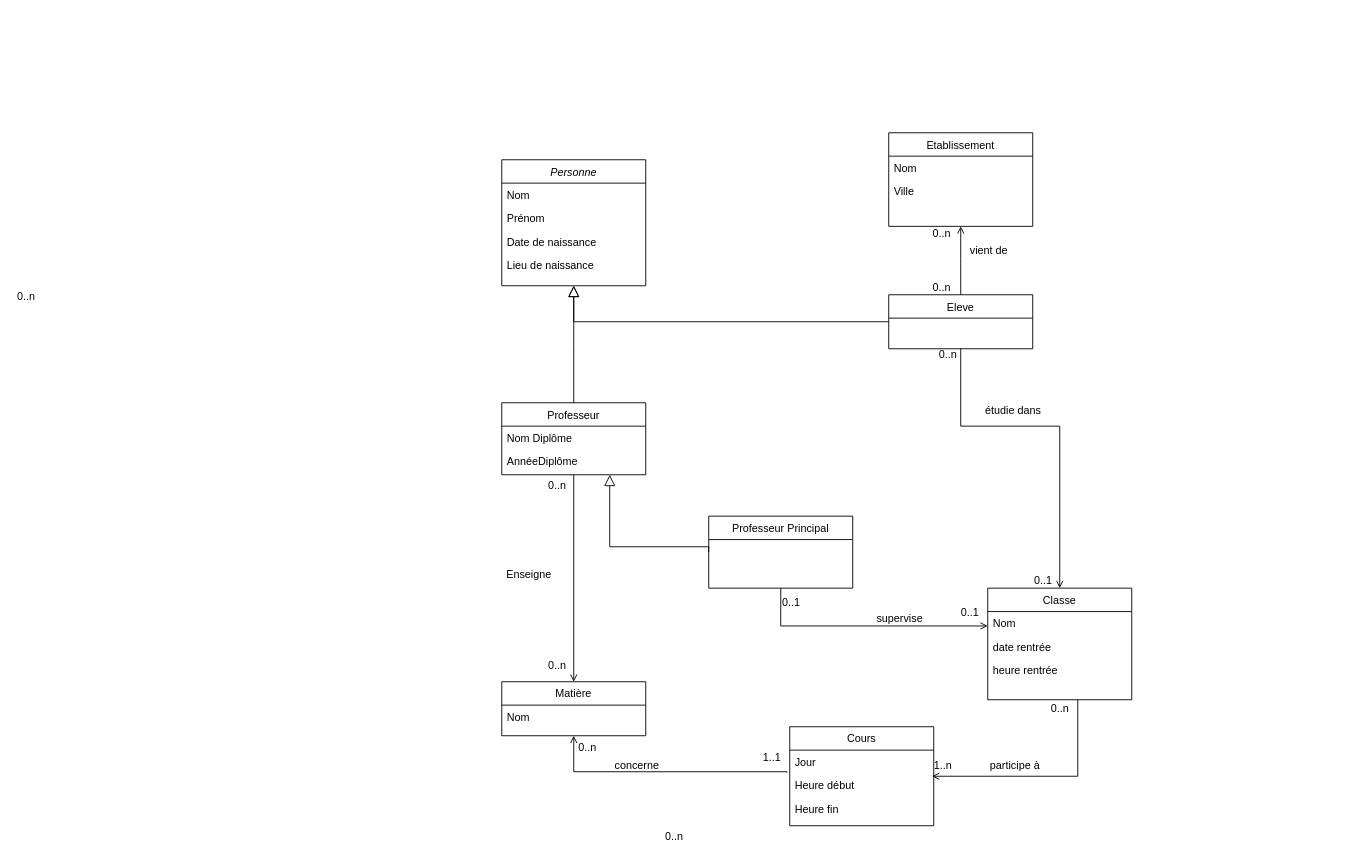
The draw.io diagram Les Sardines/diagrammeDeClasses.drawio in NLetenneur/UML-Introduction, before the edit. Source tidied: cells renumbered, new cells numbered last; positions are measured from the earlier drawing's top-left corner, leaving out a move shared by most shapes. Both pictures are drawn from the tidied source at 90%, with x=0, y=0 at pixel (492, 78).
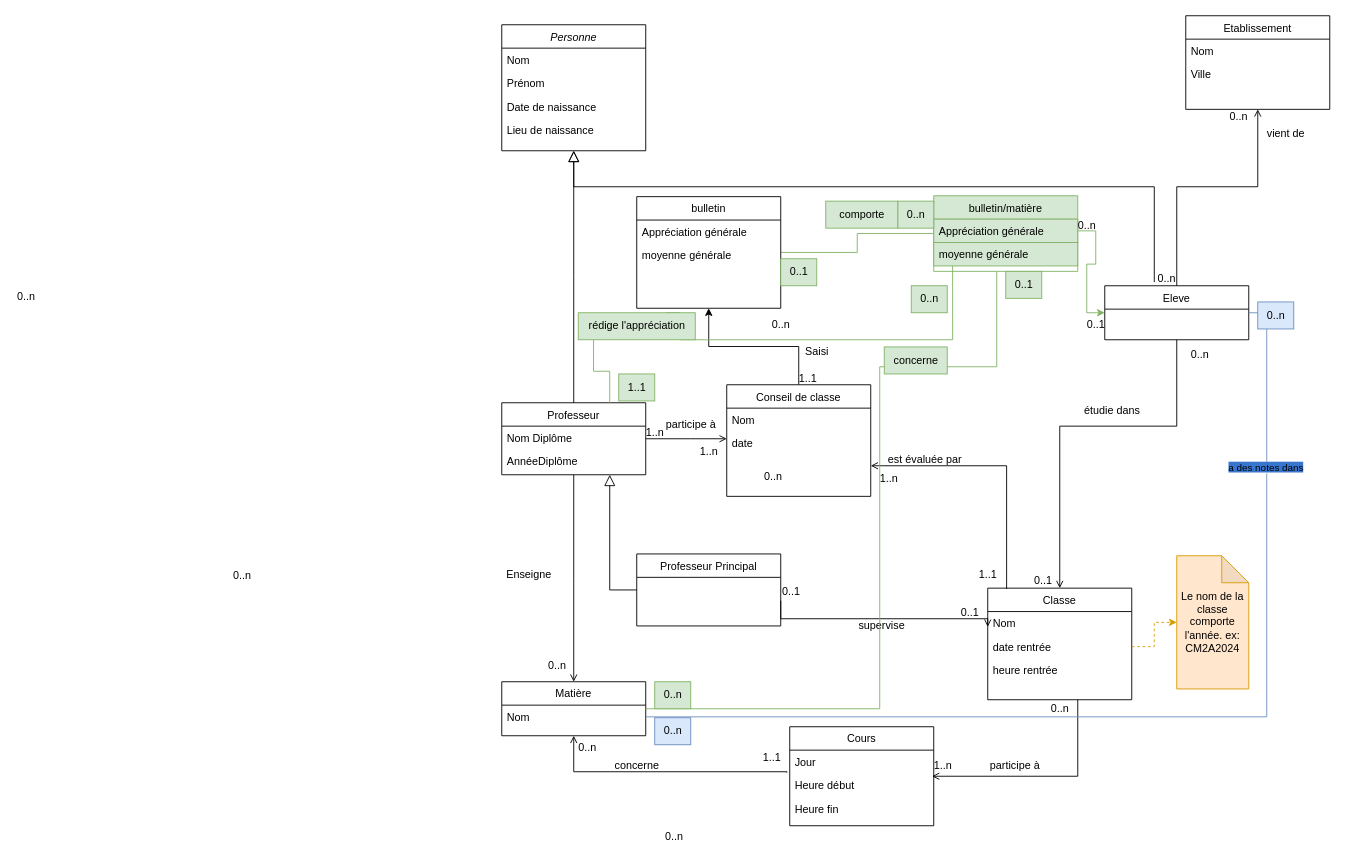
The same diagram, later.

Commit message (it also covers changes not shown here):
Mettre à jour diagrammeDeClasses.drawio

Unchanged cells that the change refers to:
```xml
<mxCell id="9" value="Professeur" style="swimlane;fontStyle=0;align=center;verticalAlign=top;horizontal=1;startSize=26;rounded=0;shadow=0;strokeWidth=1;" parent="1" vertex="1">
  <mxGeometry x="10" y="360" width="160" height="80" as="geometry" />
</mxCell>
<mxCell id="17" value="Matière" style="swimlane;fontStyle=0;align=center;verticalAlign=top;horizontal=1;startSize=26;rounded=0;shadow=0;strokeWidth=1;" parent="1" vertex="1">
  <mxGeometry x="10" y="670" width="160" height="60" as="geometry" />
</mxCell>
<mxCell id="18" value="Nom" style="text;align=left;verticalAlign=top;spacingLeft=4;spacingRight=4;overflow=hidden;points=[[0,0.5],[1,0.5]];portConstraint=eastwest;" parent="17" vertex="1">
  <mxGeometry y="26" width="160" height="26" as="geometry" />
</mxCell>
<mxCell id="19" style="endArrow=open;shadow=0;strokeWidth=1;rounded=0;curved=0;endFill=1;edgeStyle=elbowEdgeStyle;elbow=vertical;exitX=0.5;exitY=1;exitDx=0;exitDy=0;entryX=0.5;entryY=0;entryDx=0;entryDy=0;" parent="1" edge="1" source="9" target="17">
  <mxGeometry x="0.5" y="41" relative="1" as="geometry">
    <mxPoint x="-40" y="32" as="offset" />
  </mxGeometry>
</mxCell>
<mxCell id="25" value="Classe" style="swimlane;fontStyle=0;align=center;verticalAlign=top;horizontal=1;startSize=26;rounded=0;shadow=0;strokeWidth=1;" parent="1" vertex="1">
  <mxGeometry x="550" y="566" width="160" height="124" as="geometry" />
</mxCell>
<mxCell id="26" value="Nom" style="text;align=left;verticalAlign=top;spacingLeft=4;spacingRight=4;overflow=hidden;points=[[0,0.5],[1,0.5]];portConstraint=eastwest;" parent="25" vertex="1">
  <mxGeometry y="26" width="160" height="26" as="geometry" />
</mxCell>
<mxCell id="27" value="date rentrée" style="text;align=left;verticalAlign=top;spacingLeft=4;spacingRight=4;overflow=hidden;points=[[0,0.5],[1,0.5]];portConstraint=eastwest;" parent="25" vertex="1">
  <mxGeometry y="52" width="160" height="26" as="geometry" />
</mxCell>
<mxCell id="43" style="endArrow=open;shadow=0;strokeWidth=1;rounded=0;curved=0;endFill=1;edgeStyle=elbowEdgeStyle;elbow=vertical;exitX=-0.019;exitY=0.962;exitDx=0;exitDy=0;entryX=0.5;entryY=1;entryDx=0;entryDy=0;exitPerimeter=0;" parent="1" edge="1" source="40" target="17">
  <mxGeometry x="0.5" y="41" relative="1" as="geometry">
    <Array as="points">
      <mxPoint x="200" y="770" />
    </Array>
    <mxPoint x="-40" y="32" as="offset" />
  </mxGeometry>
</mxCell>
```

What changed in the source:
```diff
@@
     <mxCell id="2" value="Personne" style="swimlane;fontStyle=2;align=center;verticalAlign=top;horizontal=1;startSize=26;rounded=0;shadow=0;strokeWidth=1;" parent="1" vertex="1">
-      <mxGeometry x="10" y="90" width="160" height="140" as="geometry" />
+      <mxGeometry x="10" y="-60" width="160" height="140" as="geometry" />
     </mxCell>
@@
     <mxCell id="7" value="Eleve" style="swimlane;fontStyle=0;align=center;verticalAlign=top;horizontal=1;startSize=26;rounded=0;shadow=0;strokeWidth=1;" parent="1" vertex="1">
-      <mxGeometry x="440" y="240" width="160" height="60" as="geometry" />
+      <mxGeometry x="680" y="230" width="160" height="60" as="geometry" />
     </mxCell>
-    <mxCell id="8" style="endArrow=block;endSize=10;endFill=0;shadow=0;strokeWidth=1;rounded=0;curved=0;edgeStyle=elbowEdgeStyle;elbow=vertical;exitX=0;exitY=0.5;exitDx=0;exitDy=0;" parent="1" edge="1" source="7" target="2">
+    <mxCell id="8" style="endArrow=block;endSize=10;endFill=0;shadow=0;strokeWidth=1;rounded=0;curved=0;edgeStyle=elbowEdgeStyle;elbow=vertical;exitX=0.344;exitY=-0.067;exitDx=0;exitDy=0;entryX=0.5;entryY=1;entryDx=0;entryDy=0;exitPerimeter=0;" parent="1" edge="1" source="7" target="2">
       <mxGeometry relative="1" as="geometry">
         <Array as="points">
-          <mxPoint x="330" y="270" />
+          <mxPoint x="450" y="120" />
+          <mxPoint x="420" y="240" />
         </Array>
       </mxGeometry>
     </mxCell>
@@
     <mxCell id="13" style="endArrow=open;shadow=0;strokeWidth=1;rounded=0;curved=0;endFill=1;edgeStyle=elbowEdgeStyle;elbow=vertical;exitX=0.5;exitY=0;exitDx=0;exitDy=0;entryX=0.5;entryY=1;entryDx=0;entryDy=0;" parent="1" edge="1" source="7" target="14">
       <mxGeometry x="0.5" y="41" relative="1" as="geometry">
         <Array as="points">
-          <mxPoint x="560" y="200" />
+          <mxPoint x="850" y="120" />
         </Array>
         <mxPoint x="-40" y="32" as="offset" />
       </mxGeometry>
     </mxCell>
     <mxCell id="14" value="Etablissement" style="swimlane;fontStyle=0;align=center;verticalAlign=top;horizontal=1;startSize=26;rounded=0;shadow=0;strokeWidth=1;" parent="1" vertex="1">
-      <mxGeometry x="440" y="60" width="160" height="104" as="geometry" />
+      <mxGeometry x="770" y="-70" width="160" height="104" as="geometry" />
     </mxCell>
@@
     <mxCell id="21" value="0..n" style="align=right;verticalAlign=bottom;labelBackgroundColor=none;fontSize=12;" parent="19" vertex="1">
       <mxGeometry x="1" relative="1" as="geometry">
-        <mxPoint x="420" y="-490" as="offset" />
+        <mxPoint x="750" y="-620" as="offset" />
       </mxGeometry>
     </mxCell>
     <mxCell id="22" value="vient de" style="text;html=1;align=center;verticalAlign=middle;labelBackgroundColor=none;rounded=0;shadow=0;strokeWidth=1;fontSize=12;" parent="19" vertex="1">
       <mxGeometry x="0.5" y="49" relative="1" as="geometry">
-        <mxPoint x="411" y="-423" as="offset" />
+        <mxPoint x="741" y="-553" as="offset" />
       </mxGeometry>
     </mxCell>
     <mxCell id="23" value="Professeur Principal" style="swimlane;fontStyle=0;align=center;verticalAlign=top;horizontal=1;startSize=26;rounded=0;shadow=0;strokeWidth=1;" parent="1" vertex="1">
-      <mxGeometry x="240" y="486" width="160" height="80" as="geometry" />
+      <mxGeometry x="160" y="528" width="160" height="80" as="geometry" />
     </mxCell>
     <mxCell id="24" style="endArrow=block;endSize=10;endFill=0;shadow=0;strokeWidth=1;rounded=0;curved=0;edgeStyle=elbowEdgeStyle;elbow=vertical;entryX=0.75;entryY=1;entryDx=0;entryDy=0;exitX=0;exitY=0.5;exitDx=0;exitDy=0;" parent="1" edge="1" source="23" target="9">
       <mxGeometry relative="1" as="geometry">
         <Array as="points">
-          <mxPoint x="230" y="520" />
+          <mxPoint x="140" y="568" />
         </Array>
       </mxGeometry>
     </mxCell>
@@
     <mxCell id="31" value="0..n" style="align=left;verticalAlign=bottom;labelBackgroundColor=none;fontSize=12;" parent="1" vertex="1">
-      <mxGeometry x="500" as="geometry">
+      <mxGeometry x="780" as="geometry">
         <mxPoint x="-6" y="315" as="offset" />
       </mxGeometry>
     </mxCell>
     <mxCell id="32" value="0..1" style="align=left;verticalAlign=bottom;labelBackgroundColor=none;fontSize=12;" parent="1" vertex="1">
-      <mxGeometry x="320" y="590" as="geometry" />
+      <mxGeometry x="320" y="578" as="geometry" />
     </mxCell>
-    <mxCell id="33" style="endArrow=open;shadow=0;strokeWidth=1;rounded=0;curved=0;endFill=1;edgeStyle=elbowEdgeStyle;elbow=vertical;exitX=0.5;exitY=1;exitDx=0;exitDy=0;entryX=0;entryY=0.653;entryDx=0;entryDy=0;entryPerimeter=0;" parent="1" edge="1" source="23" target="26">
+    <mxCell id="33" style="endArrow=open;shadow=0;strokeWidth=1;rounded=0;curved=0;endFill=1;edgeStyle=elbowEdgeStyle;elbow=vertical;entryX=0;entryY=0.653;entryDx=0;entryDy=0;entryPerimeter=0;" parent="1" edge="1" target="26">
       <mxGeometry x="0.5" y="41" relative="1" as="geometry">
+        <mxPoint x="320" y="580" as="sourcePoint" />
         <Array as="points">
-          <mxPoint x="380" y="608" />
+          <mxPoint x="430" y="600" />
           <mxPoint x="480" y="606" />
         </Array>
         <mxPoint x="-40" y="32" as="offset" />
       </mxGeometry>
     </mxCell>
@@
     <mxCell id="35" value="étudie dans" style="text;html=1;align=center;verticalAlign=middle;labelBackgroundColor=none;rounded=0;shadow=0;strokeWidth=1;fontSize=12;" parent="1" vertex="1">
-      <mxGeometry x="570" y="370" as="geometry">
+      <mxGeometry x="680" y="370" as="geometry">
         <mxPoint x="7" y="-2" as="offset" />
       </mxGeometry>
     </mxCell>
     <mxCell id="36" value="supervise" style="text;html=1;align=center;verticalAlign=middle;labelBackgroundColor=none;rounded=0;shadow=0;strokeWidth=1;fontSize=12;rotation=0;" parent="1" vertex="1">
-      <mxGeometry x="530" y="560" as="geometry">
+      <mxGeometry x="510" y="568" as="geometry">
         <mxPoint x="-79" y="39" as="offset" />
       </mxGeometry>
     </mxCell>
@@
     <mxCell id="45" value="0..n" style="align=right;verticalAlign=bottom;labelBackgroundColor=none;fontSize=12;" parent="43" vertex="1">
       <mxGeometry x="1" relative="1" as="geometry">
-        <mxPoint x="420" y="-490" as="offset" />
+        <mxPoint x="670" y="-500" as="offset" />
       </mxGeometry>
     </mxCell>
@@
+    <mxCell id="54" style="edgeStyle=orthogonalEdgeStyle;rounded=0;jettySize=auto;html=1;" parent="1" edge="1" source="55" target="68">
+      <mxGeometry relative="1" as="geometry" />
+    </mxCell>
+    <mxCell id="55" value="Conseil de classe" style="swimlane;fontStyle=0;align=center;verticalAlign=top;horizontal=1;startSize=26;rounded=0;shadow=0;strokeWidth=1;" parent="1" vertex="1">
+      <mxGeometry x="260" y="340" width="160" height="124" as="geometry" />
+    </mxCell>
+    <mxCell id="56" value="Nom" style="text;align=left;verticalAlign=top;spacingLeft=4;spacingRight=4;overflow=hidden;" parent="55" vertex="1">
+      <mxGeometry y="26" width="160" height="26" as="geometry" />
+    </mxCell>
+    <mxCell id="57" value="date" style="text;align=left;verticalAlign=top;spacingLeft=4;spacingRight=4;overflow=hidden;" parent="55" vertex="1">
+      <mxGeometry y="52" width="160" height="26" as="geometry" />
+    </mxCell>
+    <mxCell id="58" style="endArrow=open;shadow=0;strokeWidth=1;rounded=0;curved=0;endFill=1;edgeStyle=elbowEdgeStyle;elbow=vertical;exitX=0.131;exitY=0.008;exitDx=0;exitDy=0;exitPerimeter=0;" parent="1" edge="1" source="25">
+      <mxGeometry x="0.5" y="41" relative="1" as="geometry">
+        <mxPoint x="420" y="430" as="targetPoint" />
+        <Array as="points">
+          <mxPoint x="510" y="430" />
+          <mxPoint x="690" y="786" />
+        </Array>
+        <mxPoint x="-40" y="32" as="offset" />
+      </mxGeometry>
+    </mxCell>
+    <mxCell id="59" value="1..1" style="text;html=1;align=center;verticalAlign=middle;strokeColor=none;fillColor=none;" parent="1" vertex="1">
+      <mxGeometry x="530" y="536" width="40" height="30" as="geometry" />
+    </mxCell>
+    <mxCell id="60" value="1..n" style="text;html=1;align=center;verticalAlign=middle;strokeColor=none;fillColor=none;" parent="1" vertex="1">
+      <mxGeometry x="420" y="430" width="40" height="30" as="geometry" />
+    </mxCell>
+    <mxCell id="61" value="est évaluée par" style="text;html=1;align=center;verticalAlign=middle;strokeColor=none;fillColor=none;" parent="1" vertex="1">
+      <mxGeometry x="425" y="408" width="110" height="30" as="geometry" />
+    </mxCell>
+    <mxCell id="62" style="endArrow=open;shadow=0;strokeWidth=1;rounded=0;curved=0;endFill=1;edgeStyle=elbowEdgeStyle;elbow=vertical;exitX=1;exitY=0.5;exitDx=0;exitDy=0;" parent="1" edge="1" source="9">
+      <mxGeometry x="0.5" y="41" relative="1" as="geometry">
+        <mxPoint x="260" y="400" as="targetPoint" />
+        <Array as="points">
+          <mxPoint x="220" y="400" />
+          <mxPoint x="320" y="649" />
+        </Array>
+        <mxPoint x="-40" y="32" as="offset" />
+      </mxGeometry>
+    </mxCell>
+    <mxCell id="63" value="0..n" style="align=left;verticalAlign=bottom;labelBackgroundColor=none;fontSize=12;" parent="62" vertex="1">
+      <mxGeometry x="-1" relative="1" as="geometry">
+        <mxPoint x="-460" y="160" as="offset" />
+      </mxGeometry>
+    </mxCell>
+    <mxCell id="64" value="1..n" style="text;html=1;align=center;verticalAlign=middle;strokeColor=none;fillColor=none;" parent="1" vertex="1">
+      <mxGeometry x="160" y="378" width="40" height="30" as="geometry" />
+    </mxCell>
+    <mxCell id="65" value="1..n" style="text;html=1;align=center;verticalAlign=middle;strokeColor=none;fillColor=none;" parent="1" vertex="1">
+      <mxGeometry x="220" y="400" width="40" height="30" as="geometry" />
+    </mxCell>
+    <mxCell id="66" value="participe à" style="text;html=1;align=center;verticalAlign=middle;strokeColor=none;fillColor=none;" parent="1" vertex="1">
+      <mxGeometry x="180" y="370" width="80" height="30" as="geometry" />
+    </mxCell>
+    <mxCell id="67" style="edgeStyle=orthogonalEdgeStyle;rounded=0;jettySize=auto;html=1;fillColor=#d5e8d4;strokeColor=#82b366;endArrow=none;endFill=0;" parent="1" edge="1" source="68" target="75">
+      <mxGeometry relative="1" as="geometry" />
+    </mxCell>
+    <mxCell id="68" value="bulletin" style="swimlane;fontStyle=0;align=center;verticalAlign=top;horizontal=1;startSize=26;rounded=0;shadow=0;strokeWidth=1;" parent="1" vertex="1">
+      <mxGeometry x="160" y="131" width="160" height="124" as="geometry" />
+    </mxCell>
+    <mxCell id="69" value="Appréciation générale" style="text;align=left;verticalAlign=top;spacingLeft=4;spacingRight=4;overflow=hidden;" parent="68" vertex="1">
+      <mxGeometry y="26" width="160" height="26" as="geometry" />
+    </mxCell>
+    <mxCell id="70" value="moyenne générale" style="text;align=left;verticalAlign=top;spacingLeft=4;spacingRight=4;overflow=hidden;" parent="68" vertex="1">
+      <mxGeometry y="52" width="160" height="26" as="geometry" />
+    </mxCell>
+    <mxCell id="71" value="1..1" style="text;html=1;align=center;verticalAlign=middle;strokeColor=none;fillColor=none;" parent="1" vertex="1">
+      <mxGeometry x="330" y="318" width="40" height="30" as="geometry" />
+    </mxCell>
+    <mxCell id="72" value="0..n" style="text;html=1;align=center;verticalAlign=middle;strokeColor=none;fillColor=none;" parent="1" vertex="1">
+      <mxGeometry x="300" y="258" width="40" height="30" as="geometry" />
+    </mxCell>
+    <mxCell id="73" value="Saisi" style="text;html=1;align=center;verticalAlign=middle;strokeColor=none;fillColor=none;" parent="1" vertex="1">
+      <mxGeometry x="335" y="288" width="50" height="30" as="geometry" />
+    </mxCell>
+    <mxCell id="74" style="edgeStyle=orthogonalEdgeStyle;rounded=0;jettySize=auto;html=1;entryX=1;entryY=0.5;entryDx=0;entryDy=0;fillColor=#d5e8d4;strokeColor=#82b366;endArrow=none;endFill=0;" parent="1" edge="1" source="75" target="17">
+      <mxGeometry relative="1" as="geometry">
+        <Array as="points">
+          <mxPoint x="560" y="320" />
+          <mxPoint x="430" y="320" />
+          <mxPoint x="430" y="700" />
+        </Array>
+      </mxGeometry>
+    </mxCell>
+    <mxCell id="75" value="bulletin/matière" style="swimlane;fontStyle=0;align=center;verticalAlign=top;horizontal=1;startSize=26;rounded=0;shadow=0;strokeWidth=1;fillColor=#d5e8d4;strokeColor=#82b366;" parent="1" vertex="1">
+      <mxGeometry x="490" y="130" width="160" height="84" as="geometry" />
+    </mxCell>
+    <mxCell id="76" value="Appréciation générale" style="text;align=left;verticalAlign=top;spacingLeft=4;spacingRight=4;overflow=hidden;points=[[0,0.5],[1,0.5]];portConstraint=eastwest;fillColor=#d5e8d4;strokeColor=#82b366;" parent="75" vertex="1">
+      <mxGeometry y="26" width="160" height="26" as="geometry" />
+    </mxCell>
+    <mxCell id="77" value="moyenne générale" style="text;align=left;verticalAlign=top;spacingLeft=4;spacingRight=4;overflow=hidden;points=[[0,0.5],[1,0.5]];portConstraint=eastwest;fillColor=#d5e8d4;strokeColor=#82b366;" parent="75" vertex="1">
+      <mxGeometry y="52" width="160" height="26" as="geometry" />
+    </mxCell>
+    <mxCell id="78" value="0..1" style="text;html=1;align=center;verticalAlign=middle;strokeColor=#82b366;fillColor=#d5e8d4;" parent="1" vertex="1">
+      <mxGeometry x="320" y="200" width="40" height="30" as="geometry" />
+    </mxCell>
+    <mxCell id="79" value="0..n" style="text;html=1;align=center;verticalAlign=middle;strokeColor=#82b366;fillColor=#d5e8d4;" parent="1" vertex="1">
+      <mxGeometry x="450" y="136" width="40" height="30" as="geometry" />
+    </mxCell>
+    <mxCell id="80" value="0..1" style="text;html=1;align=center;verticalAlign=middle;strokeColor=#82b366;fillColor=#d5e8d4;" parent="1" vertex="1">
+      <mxGeometry x="570" y="214" width="40" height="30" as="geometry" />
+    </mxCell>
+    <mxCell id="81" value="0..n" style="text;html=1;align=center;verticalAlign=middle;strokeColor=#82b366;fillColor=#d5e8d4;" parent="1" vertex="1">
+      <mxGeometry x="180" y="670" width="40" height="30" as="geometry" />
+    </mxCell>
+    <mxCell id="82" style="edgeStyle=orthogonalEdgeStyle;rounded=0;jettySize=auto;html=1;exitX=0.75;exitY=0;exitDx=0;exitDy=0;entryX=0.131;entryY=1;entryDx=0;entryDy=0;entryPerimeter=0;fillColor=#d5e8d4;strokeColor=#82b366;endArrow=none;endFill=0;" parent="1" edge="1" source="88" target="77">
+      <mxGeometry relative="1" as="geometry">
+        <Array as="points">
+          <mxPoint x="208" y="290" />
+          <mxPoint x="511" y="290" />
+        </Array>
+      </mxGeometry>
+    </mxCell>
+    <mxCell id="83" value="1..1" style="text;html=1;align=center;verticalAlign=middle;strokeColor=#82b366;fillColor=#d5e8d4;" parent="1" vertex="1">
+      <mxGeometry x="140" y="328" width="40" height="30" as="geometry" />
+    </mxCell>
+    <mxCell id="84" value="0..n" style="text;html=1;align=center;verticalAlign=middle;strokeColor=#82b366;fillColor=#d5e8d4;" parent="1" vertex="1">
+      <mxGeometry x="465" y="230" width="40" height="30" as="geometry" />
+    </mxCell>
+    <mxCell id="85" value="comporte" style="text;html=1;align=center;verticalAlign=middle;strokeColor=#82b366;fillColor=#d5e8d4;" parent="1" vertex="1">
+      <mxGeometry x="370" y="136" width="80" height="30" as="geometry" />
+    </mxCell>
+    <mxCell id="86" value="concerne" style="text;html=1;align=center;verticalAlign=middle;strokeColor=#82b366;fillColor=#d5e8d4;" parent="1" vertex="1">
+      <mxGeometry x="435" y="298" width="70" height="30" as="geometry" />
+    </mxCell>
+    <mxCell id="87" style="edgeStyle=orthogonalEdgeStyle;rounded=0;jettySize=auto;html=1;exitX=0.75;exitY=0;exitDx=0;exitDy=0;entryX=0.131;entryY=1;entryDx=0;entryDy=0;entryPerimeter=0;fillColor=#d5e8d4;strokeColor=#82b366;endArrow=none;endFill=0;" parent="1" edge="1" source="9" target="88">
+      <mxGeometry relative="1" as="geometry" />
+    </mxCell>
+    <mxCell id="88" value="rédige l'appréciation" style="text;html=1;align=center;verticalAlign=middle;points=[];strokeColor=#82b366;fillColor=#d5e8d4;" parent="1" vertex="1">
+      <mxGeometry x="95" y="260" width="130" height="30" as="geometry" />
+    </mxCell>
+    <mxCell id="89" value="Le nom de la classe comporte l'année. ex: CM2A2024" style="shape=note;whiteSpace=wrap;html=1;backgroundOutline=1;darkOpacity=0.05;fillColor=#ffe6cc;strokeColor=#d79b00;" parent="1" vertex="1">
+      <mxGeometry x="760" y="530" width="80" height="148" as="geometry" />
+    </mxCell>
+    <mxCell id="90" style="edgeStyle=orthogonalEdgeStyle;rounded=0;jettySize=auto;html=1;exitX=1;exitY=0.5;exitDx=0;exitDy=0;entryX=0;entryY=0.5;entryDx=0;entryDy=0;entryPerimeter=0;fillColor=#ffe6cc;strokeColor=#d79b00;dashed=1;" parent="1" edge="1" source="27" target="89">
+      <mxGeometry relative="1" as="geometry" />
+    </mxCell>
+    <mxCell id="91" style="edgeStyle=orthogonalEdgeStyle;rounded=0;jettySize=auto;html=1;entryX=0;entryY=0.5;entryDx=0;entryDy=0;fillColor=#d5e8d4;strokeColor=#82b366;" parent="1" edge="1" source="76" target="7">
+      <mxGeometry relative="1" as="geometry" />
+    </mxCell>
+    <mxCell id="92" value="0..n" style="text;html=1;align=center;verticalAlign=middle;strokeColor=none;fillColor=none;" parent="1" vertex="1">
+      <mxGeometry x="640" y="148" width="40" height="30" as="geometry" />
+    </mxCell>
+    <mxCell id="93" value="0..1" style="text;html=1;align=center;verticalAlign=middle;strokeColor=none;fillColor=none;" parent="1" vertex="1">
+      <mxGeometry x="650" y="258" width="40" height="30" as="geometry" />
+    </mxCell>
+    <mxCell id="94" style="edgeStyle=orthogonalEdgeStyle;rounded=0;jettySize=auto;html=1;entryX=1;entryY=0.5;entryDx=0;entryDy=0;fillColor=#dae8fc;strokeColor=#6c8ebf;endArrow=none;endFill=0;" parent="1" edge="1" source="18" target="7">
+      <mxGeometry relative="1" as="geometry" />
+    </mxCell>
+    <mxCell id="95" value="&lt;span style=&quot;background-color: rgb(56, 117, 207);&quot;&gt;a des notes dans&lt;/span&gt;" style="edgeLabel;html=1;align=center;verticalAlign=middle;" parent="94" vertex="1">
+      <mxGeometry x="0.67" y="2" relative="1" as="geometry" />
+    </mxCell>
+    <mxCell id="96" value="0..n" style="text;html=1;align=center;verticalAlign=middle;strokeColor=#6c8ebf;fillColor=#dae8fc;" parent="1" vertex="1">
+      <mxGeometry x="180" y="710" width="40" height="30" as="geometry" />
+    </mxCell>
+    <mxCell id="97" value="0..n" style="text;html=1;align=center;verticalAlign=middle;strokeColor=#6c8ebf;fillColor=#dae8fc;" parent="1" vertex="1">
+      <mxGeometry x="850" y="248" width="40" height="30" as="geometry" />
+    </mxCell>
```
